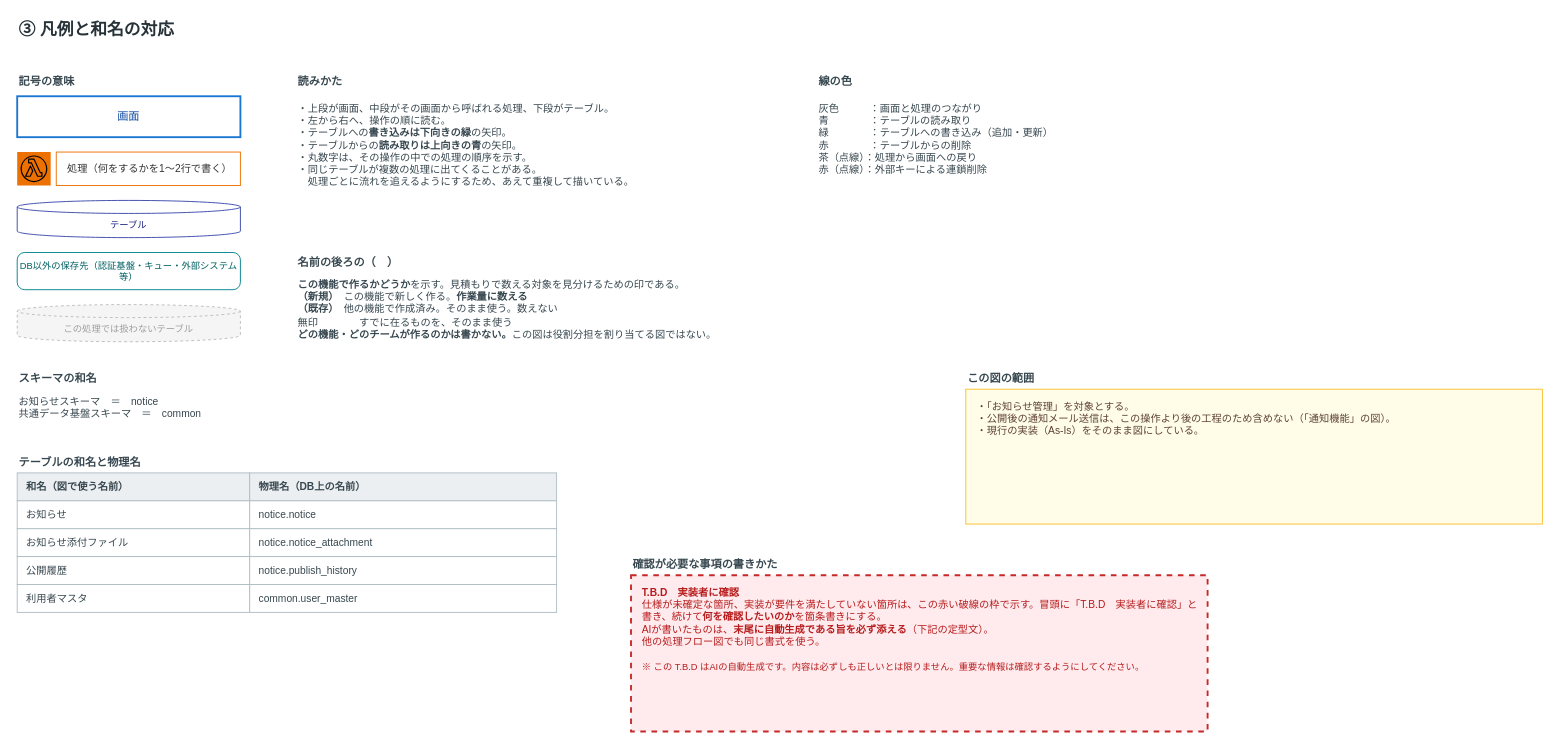
Before: page "③凡例・和名対応" (3 of 3) of skills/process-flow-diagram/assets/example_process_flow.drawio in wss-m-nagata/public-skills, a draw.io diagram. Source tidied: cells renumbered, new cells numbered last; positions are measured from the earlier drawing's top-left corner, leaving out a move shared by most shapes. Both pictures are drawn from the tidied source at 93%, with x=0, y=0 at pixel (17, 16).
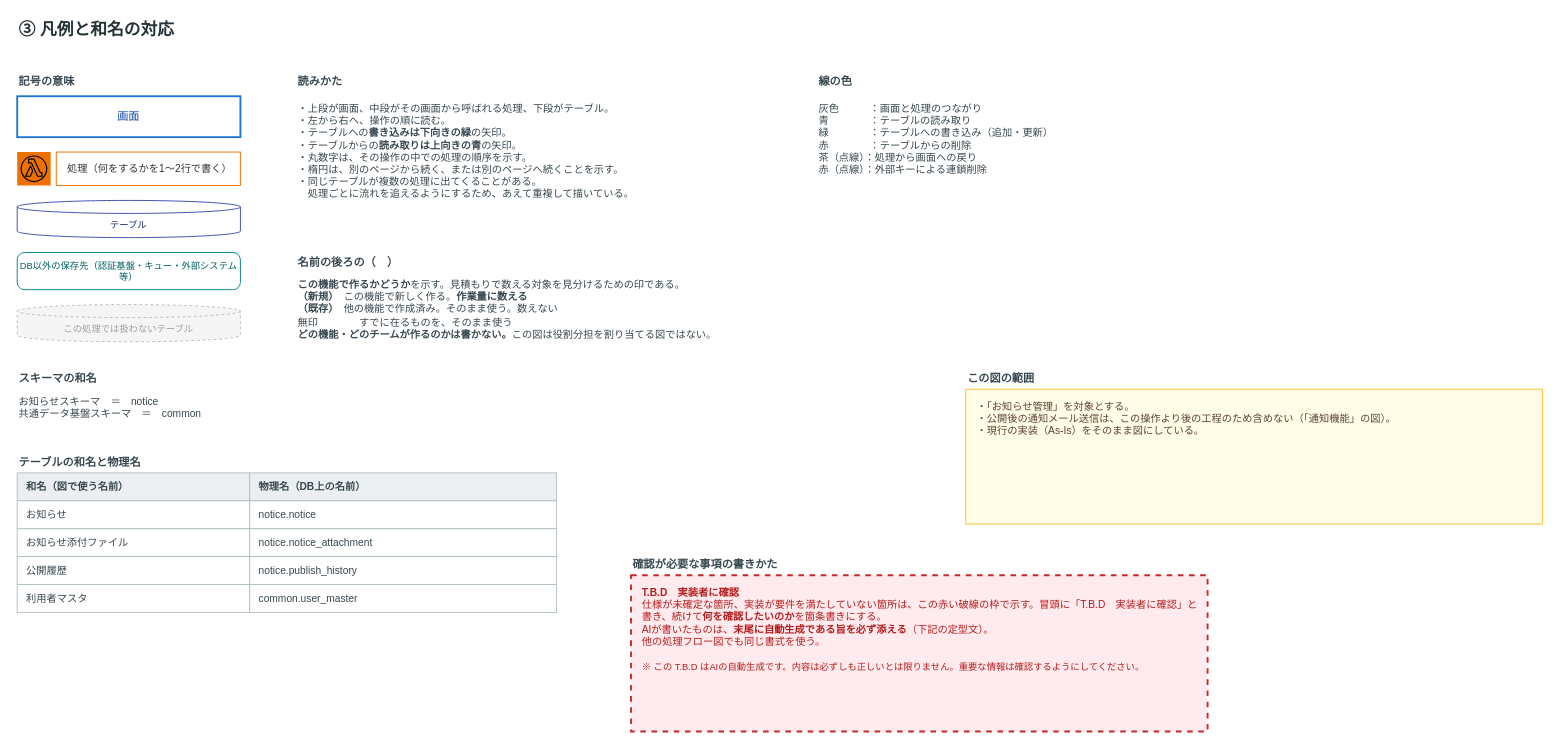
The same diagram, later.

What changed in the source:
```diff
@@
-    <mxCell id="11" value="・上段が画面、中段がその画面から呼ばれる処理、下段がテーブル。&lt;br&gt;・左から右へ、操作の順に読む。&lt;br&gt;・テーブルへの&lt;b&gt;書き込みは下向きの緑&lt;/b&gt;の矢印。&lt;br&gt;・テーブルからの&lt;b&gt;読み取りは上向きの青&lt;/b&gt;の矢印。&lt;br&gt;・丸数字は、その操作の中での処理の順序を示す。&lt;br&gt;・同じテーブルが複数の処理に出てくることがある。&lt;br&gt;　処理ごとに流れを追えるようにするため、あえて重複して描いている。" style="text;html=1;align=left;verticalAlign=top;fontSize=11;fontColor=#37474F;" parent="1" vertex="1">
+    <mxCell id="11" value="・上段が画面、中段がその画面から呼ばれる処理、下段がテーブル。&lt;br&gt;・左から右へ、操作の順に読む。&lt;br&gt;・テーブルへの&lt;b&gt;書き込みは下向きの緑&lt;/b&gt;の矢印。&lt;br&gt;・テーブルからの&lt;b&gt;読み取りは上向きの青&lt;/b&gt;の矢印。&lt;br&gt;・丸数字は、その操作の中での処理の順序を示す。&lt;br&gt;・楕円は、別のページから続く、または別のページへ続くことを示す。&lt;br&gt;・同じテーブルが複数の処理に出てくることがある。&lt;br&gt;　処理ごとに流れを追えるようにするため、あえて重複して描いている。" style="text;html=1;align=left;verticalAlign=top;fontSize=11;fontColor=#37474F;" parent="1" vertex="1">
       <mxGeometry x="300" y="86" width="520" height="150" as="geometry" />
     </mxCell>
```
